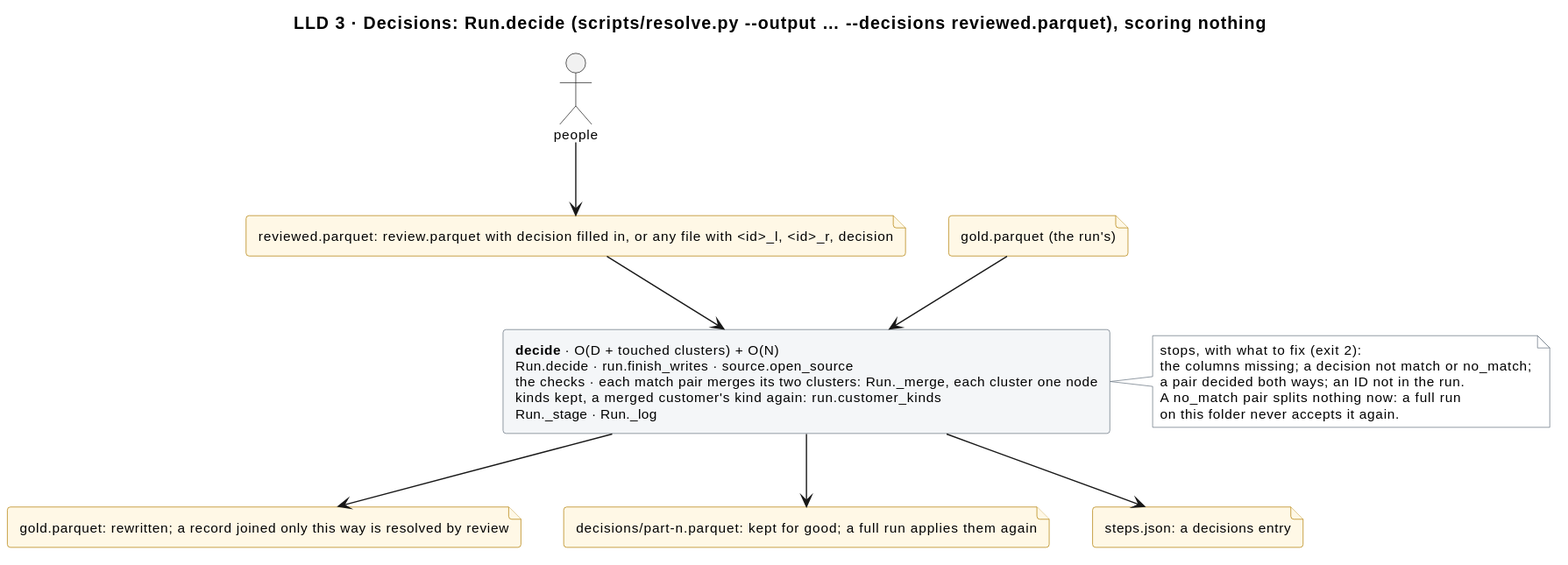
The PlantUML diagram docs/diagrams/decisions.svg in mvsbm/entity_matching, before a commit.
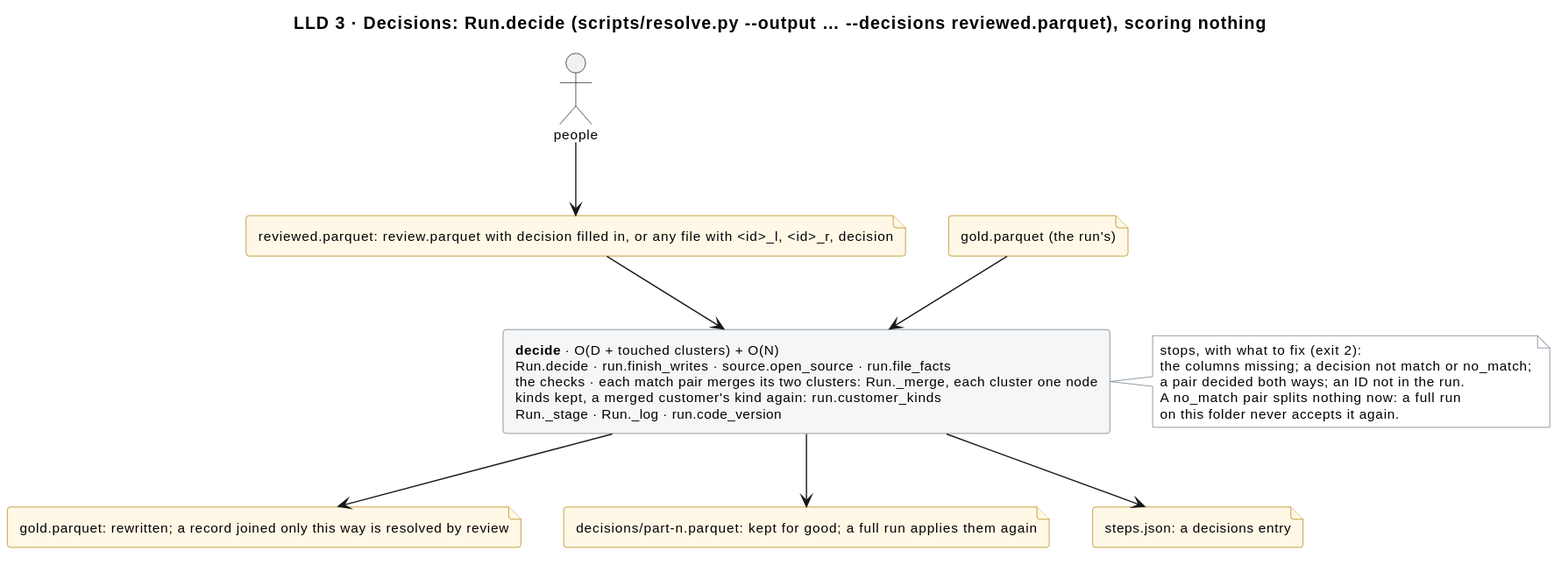
The same diagram one commit later.

The edit, as a diff of the source:
```diff
@@ -18,7 +18,7 @@
 file "reviewed.parquet: review.parquet with decision filled in, or any file with <id>_l, <id>_r, decision" as f_decided
 file "gold.parquet (the run's)" as f_gold_in
 
-rectangle "<b>decide</b> · O(D + touched clusters) + O(N)\nRun.decide · run.finish_writes · source.open_source\nthe checks · each match pair merges its two clusters: Run._merge, each cluster one node\nkinds kept, a merged customer's kind again: run.customer_kinds\nRun._stage · Run._log" as decide
+rectangle "<b>decide</b> · O(D + touched clusters) + O(N)\nRun.decide · run.finish_writes · source.open_source · run.file_facts\nthe checks · each match pair merges its two clusters: Run._merge, each cluster one node\nkinds kept, a merged customer's kind again: run.customer_kinds\nRun._stage · Run._log · run.code_version" as decide
 
 note right of decide
   stops, with what to fix (exit 2):
```
